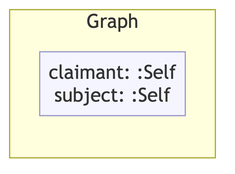
Before: example/graphs/images/graph-56.png, a diagram exported from Mermaid (MeeFoundation/mia-ontologies). Its source is kept beside it as example/graphs/images/graph-56.mmd. Its diagram source:
```mermaid
flowchart TD
    classDef person fill:#fffacd,stroke:#aaa,color:#333
    classDef org    fill:#cce5ff,stroke:#aaa,color:#333
    classDef service fill:#e6e6e6,stroke:#aaa,color:#333
    classDef lit    fill:none,stroke:none,font-style:italic,color:#2a7a2a
    classDef meta   fill:#f5f5ff,stroke:#9999cc,color:#333

    subgraph ctx["Graph"]
        direction LR
        ctx_meta["claimant: :Self\nsubject: :Self"]:::meta
    end
```
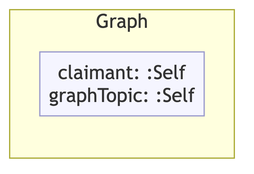
Above is the later version.

What changed in the source:
```diff
@@ -7,5 +7,5 @@
 
     subgraph ctx["Graph"]
         direction LR
-        ctx_meta["claimant: :Self\nsubject: :Self"]:::meta
+        ctx_meta["claimant: :Self\ngraphTopic: :Self"]:::meta
     end
```
